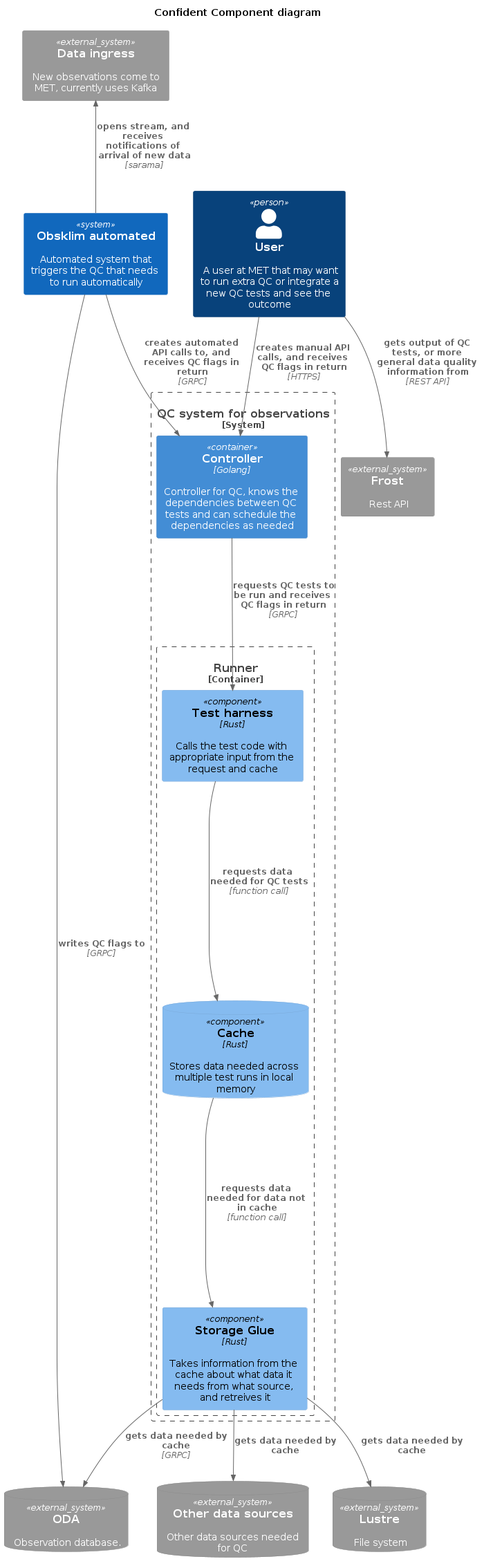
metno/rove keeps this PlantUML diagram as docs/Confident_Component.png. Above is the earlier version.
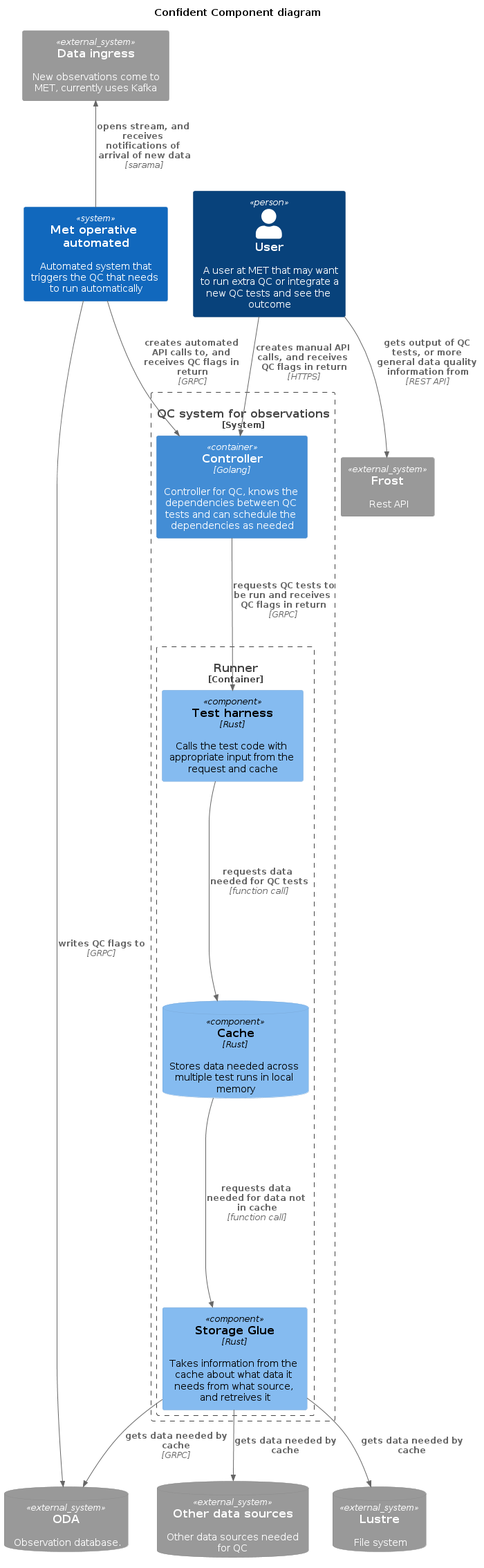
After the change.

Commit message:
fix naming in component c4

Change to the diagram source:
```diff
@@ -8,7 +8,7 @@
 end title
 
 Person(user, "User", "A user at MET that may want to run extra QC or integrate a new QC tests and see the outcome")
-System(new_obs_system, "Obsklim automated", "Automated system that triggers the QC that needs to run automatically")
+System(new_obs_system, "Met operative automated", "Automated system that triggers the QC that needs to run automatically")
 System_Ext(kafka, "Data ingress", "New observations come to MET, currently uses Kafka")
 
 System_Ext(frost, "Frost", "Rest API")
```
